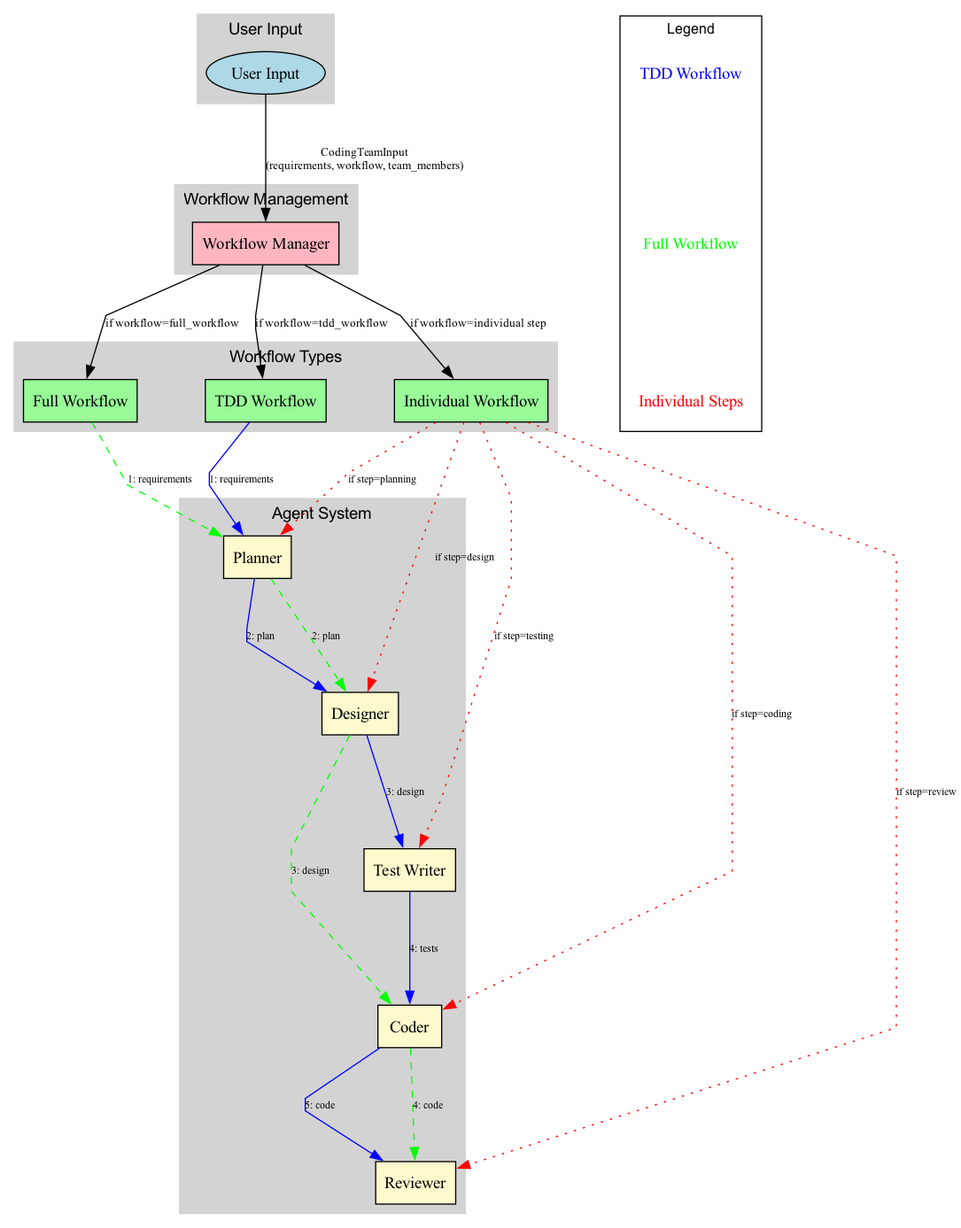
This is docs/workflow_visualizations/workflow_overview.png from CodeBlackwell/Agent_Blackwell, a Graphviz export, as it was before one commit. Its source is kept beside it as docs/workflow_visualizations/workflow_overview.dot. Source of this version:
```dot
digraph {
	graph [fontname=Arial nodesep=0.8 rankdir=TD ranksep=1.2 splines=polyline]
	subgraph cluster_input {
		color=lightgrey label="User Input" style=filled
		input [label="User Input" fillcolor=lightblue shape=ellipse style=filled]
	}
	subgraph cluster_manager {
		color=lightgrey label="Workflow Management" style=filled
		workflow_manager [label="Workflow Manager" fillcolor="#FFB6C1" shape=box style=filled]
	}
	subgraph cluster_workflows {
		color=lightgrey label="Workflow Types" style=filled
		tdd [label="TDD Workflow" fillcolor="#98FB98" shape=box style=filled]
		full [label="Full Workflow" fillcolor="#98FB98" shape=box style=filled]
		individual [label="Individual Workflow" fillcolor="#98FB98" shape=box style=filled]
	}
	subgraph cluster_agents {
		color=lightgrey label="Agent System" style=filled
		planner_agent [label=Planner fillcolor="#FFFACD" shape=box style=filled]
		designer_agent [label=Designer fillcolor="#FFFACD" shape=box style=filled]
		test_writer_agent [label="Test Writer" fillcolor="#FFFACD" shape=box style=filled]
		coder_agent [label=Coder fillcolor="#FFFACD" shape=box style=filled]
		reviewer_agent [label=Reviewer fillcolor="#FFFACD" shape=box style=filled]
	}
	input -> workflow_manager [label="CodingTeamInput
(requirements, workflow, team_members)" fontsize=10]
	workflow_manager -> tdd [label="if workflow=tdd_workflow" fontsize=10]
	workflow_manager -> full [label="if workflow=full_workflow" fontsize=10]
	workflow_manager -> individual [label="if workflow=individual step" fontsize=10]
	tdd -> planner_agent [label="1: requirements" color=blue fontsize=9]
	planner_agent -> designer_agent [label="2: plan" color=blue fontsize=9]
	designer_agent -> test_writer_agent [label="3: design" color=blue fontsize=9]
	test_writer_agent -> coder_agent [label="4: tests" color=blue fontsize=9]
	coder_agent -> reviewer_agent [label="5: code" color=blue fontsize=9]
	full -> planner_agent [label="1: requirements" color=green fontsize=9 style=dashed]
	planner_agent -> designer_agent [label="2: plan" color=green fontsize=9 style=dashed]
	designer_agent -> coder_agent [label="3: design" color=green fontsize=9 style=dashed]
	coder_agent -> reviewer_agent [label="4: code" color=green fontsize=9 style=dashed]
	individual -> planner_agent [label="if step=planning" color=red fontsize=9 style=dotted]
	individual -> designer_agent [label="if step=design" color=red fontsize=9 style=dotted]
	individual -> test_writer_agent [label="if step=testing" color=red fontsize=9 style=dotted]
	individual -> coder_agent [label="if step=coding" color=red fontsize=9 style=dotted]
	individual -> reviewer_agent [label="if step=review" color=red fontsize=9 style=dotted]
	subgraph cluster_legend {
		fontsize=12 label=Legend
		l_tdd [label="TDD Workflow" fontcolor=blue shape=plaintext]
		l_full [label="Full Workflow" fontcolor=green shape=plaintext]
		l_ind [label="Individual Steps" fontcolor=red shape=plaintext]
		rank=same
		l_tdd -> l_full [style=invis]
		l_full -> l_ind [style=invis]
	}
}
```
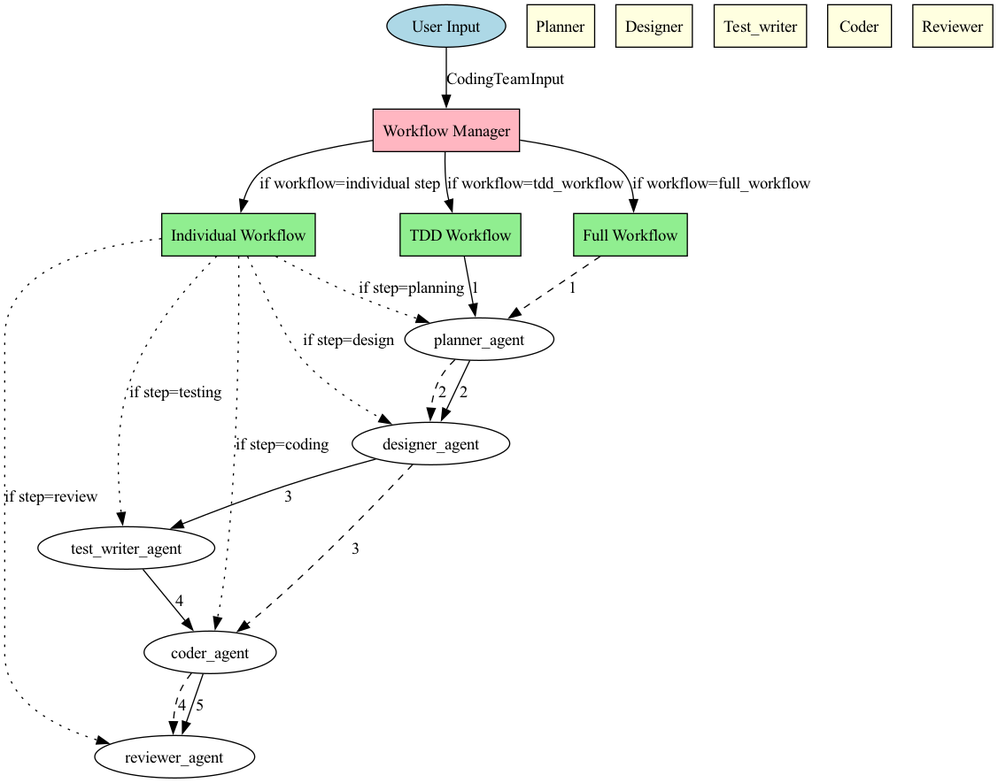
The same diagram one commit later.

What changed in the source:
```diff
@@ -1,53 +1,30 @@
 digraph {
-	graph [fontname=Arial nodesep=0.8 rankdir=TD ranksep=1.2 splines=polyline]
-	subgraph cluster_input {
-		color=lightgrey label="User Input" style=filled
-		input [label="User Input" fillcolor=lightblue shape=ellipse style=filled]
-	}
-	subgraph cluster_manager {
-		color=lightgrey label="Workflow Management" style=filled
-		workflow_manager [label="Workflow Manager" fillcolor="#FFB6C1" shape=box style=filled]
-	}
-	subgraph cluster_workflows {
-		color=lightgrey label="Workflow Types" style=filled
-		tdd [label="TDD Workflow" fillcolor="#98FB98" shape=box style=filled]
-		full [label="Full Workflow" fillcolor="#98FB98" shape=box style=filled]
-		individual [label="Individual Workflow" fillcolor="#98FB98" shape=box style=filled]
-	}
-	subgraph cluster_agents {
-		color=lightgrey label="Agent System" style=filled
-		planner_agent [label=Planner fillcolor="#FFFACD" shape=box style=filled]
-		designer_agent [label=Designer fillcolor="#FFFACD" shape=box style=filled]
-		test_writer_agent [label="Test Writer" fillcolor="#FFFACD" shape=box style=filled]
-		coder_agent [label=Coder fillcolor="#FFFACD" shape=box style=filled]
-		reviewer_agent [label=Reviewer fillcolor="#FFFACD" shape=box style=filled]
-	}
-	input -> workflow_manager [label="CodingTeamInput
-(requirements, workflow, team_members)" fontsize=10]
-	workflow_manager -> tdd [label="if workflow=tdd_workflow" fontsize=10]
-	workflow_manager -> full [label="if workflow=full_workflow" fontsize=10]
-	workflow_manager -> individual [label="if workflow=individual step" fontsize=10]
-	tdd -> planner_agent [label="1: requirements" color=blue fontsize=9]
-	planner_agent -> designer_agent [label="2: plan" color=blue fontsize=9]
-	designer_agent -> test_writer_agent [label="3: design" color=blue fontsize=9]
-	test_writer_agent -> coder_agent [label="4: tests" color=blue fontsize=9]
-	coder_agent -> reviewer_agent [label="5: code" color=blue fontsize=9]
-	full -> planner_agent [label="1: requirements" color=green fontsize=9 style=dashed]
-	planner_agent -> designer_agent [label="2: plan" color=green fontsize=9 style=dashed]
-	designer_agent -> coder_agent [label="3: design" color=green fontsize=9 style=dashed]
-	coder_agent -> reviewer_agent [label="4: code" color=green fontsize=9 style=dashed]
-	individual -> planner_agent [label="if step=planning" color=red fontsize=9 style=dotted]
-	individual -> designer_agent [label="if step=design" color=red fontsize=9 style=dotted]
-	individual -> test_writer_agent [label="if step=testing" color=red fontsize=9 style=dotted]
-	individual -> coder_agent [label="if step=coding" color=red fontsize=9 style=dotted]
-	individual -> reviewer_agent [label="if step=review" color=red fontsize=9 style=dotted]
-	subgraph cluster_legend {
-		fontsize=12 label=Legend
-		l_tdd [label="TDD Workflow" fontcolor=blue shape=plaintext]
-		l_full [label="Full Workflow" fontcolor=green shape=plaintext]
-		l_ind [label="Individual Steps" fontcolor=red shape=plaintext]
-		rank=same
-		l_tdd -> l_full [style=invis]
-		l_full -> l_ind [style=invis]
-	}
+	input [label="User Input" fillcolor=lightblue shape=ellipse style=filled]
+	workflow_manager [label="Workflow Manager" fillcolor=lightpink shape=box style=filled]
+	tdd [label="TDD Workflow" fillcolor=lightgreen shape=box style=filled]
+	full [label="Full Workflow" fillcolor=lightgreen shape=box style=filled]
+	individual [label="Individual Workflow" fillcolor=lightgreen shape=box style=filled]
+	planner [label=Planner fillcolor=lightyellow shape=box style=filled]
+	designer [label=Designer fillcolor=lightyellow shape=box style=filled]
+	test_writer [label=Test_writer fillcolor=lightyellow shape=box style=filled]
+	coder [label=Coder fillcolor=lightyellow shape=box style=filled]
+	reviewer [label=Reviewer fillcolor=lightyellow shape=box style=filled]
+	input -> workflow_manager [label=CodingTeamInput]
+	workflow_manager -> tdd [label="if workflow=tdd_workflow"]
+	workflow_manager -> full [label="if workflow=full_workflow"]
+	workflow_manager -> individual [label="if workflow=individual step"]
+	tdd -> planner_agent [label=1]
+	planner_agent -> designer_agent [label=2]
+	designer_agent -> test_writer_agent [label=3]
+	test_writer_agent -> coder_agent [label=4]
+	coder_agent -> reviewer_agent [label=5]
+	full -> planner_agent [label=1 style=dashed]
+	planner_agent -> designer_agent [label=2 style=dashed]
+	designer_agent -> coder_agent [label=3 style=dashed]
+	coder_agent -> reviewer_agent [label=4 style=dashed]
+	individual -> planner_agent [label="if step=planning" style=dotted]
+	individual -> designer_agent [label="if step=design" style=dotted]
+	individual -> coder_agent [label="if step=coding" style=dotted]
+	individual -> test_writer_agent [label="if step=testing" style=dotted]
+	individual -> reviewer_agent [label="if step=review" style=dotted]
 }
```
